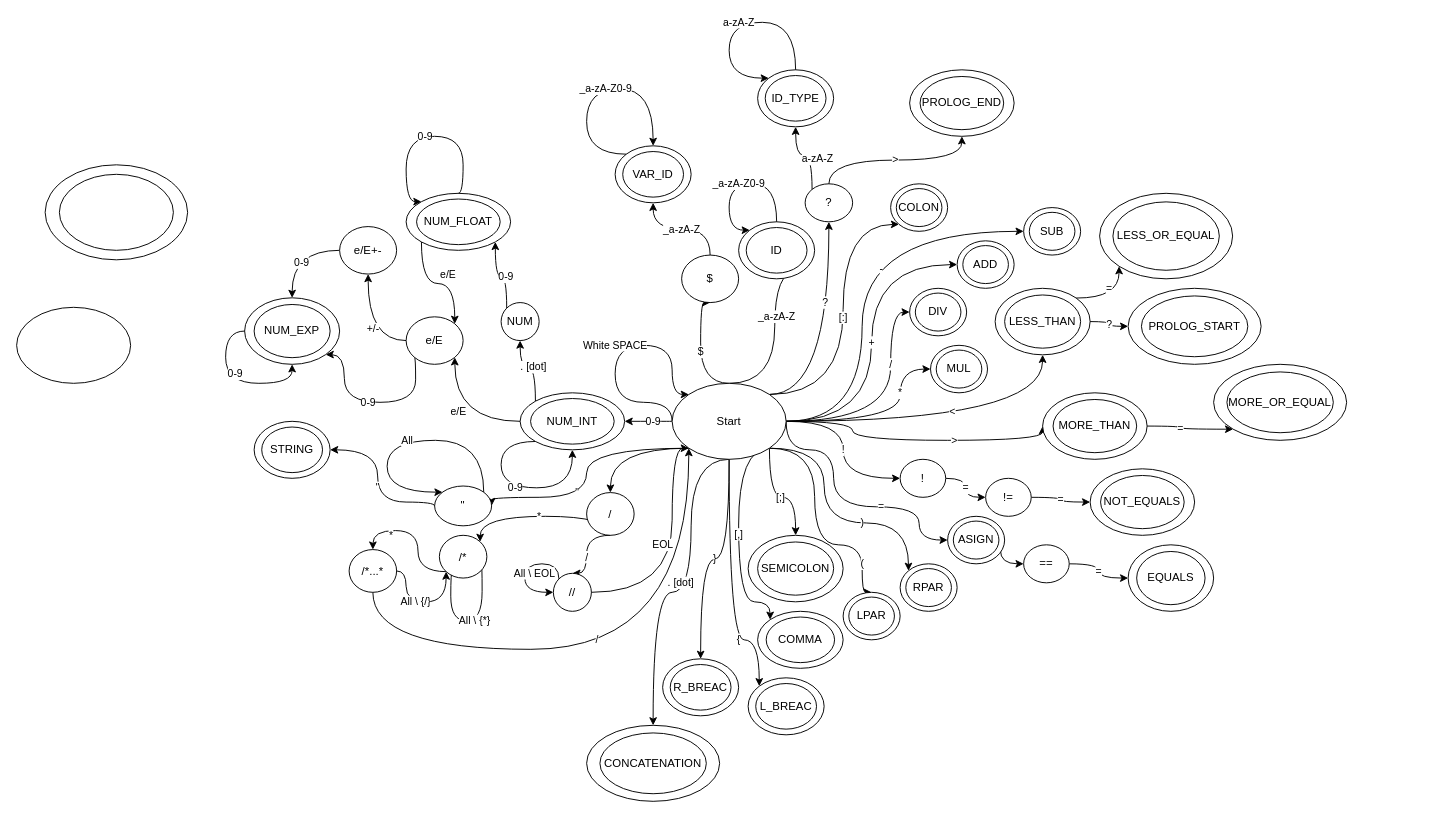
Above: docs/IFJ-lex-analyza-automat.drawio in SamuelSlavik/ifj (draw.io), before the change. Source tidied: cells renumbered, new cells numbered last; positions are measured from the earlier drawing's top-left corner, leaving out a move shared by most shapes. Both pictures are drawn from the tidied source at 95%, with x=0, y=0 at pixel (16, 22).
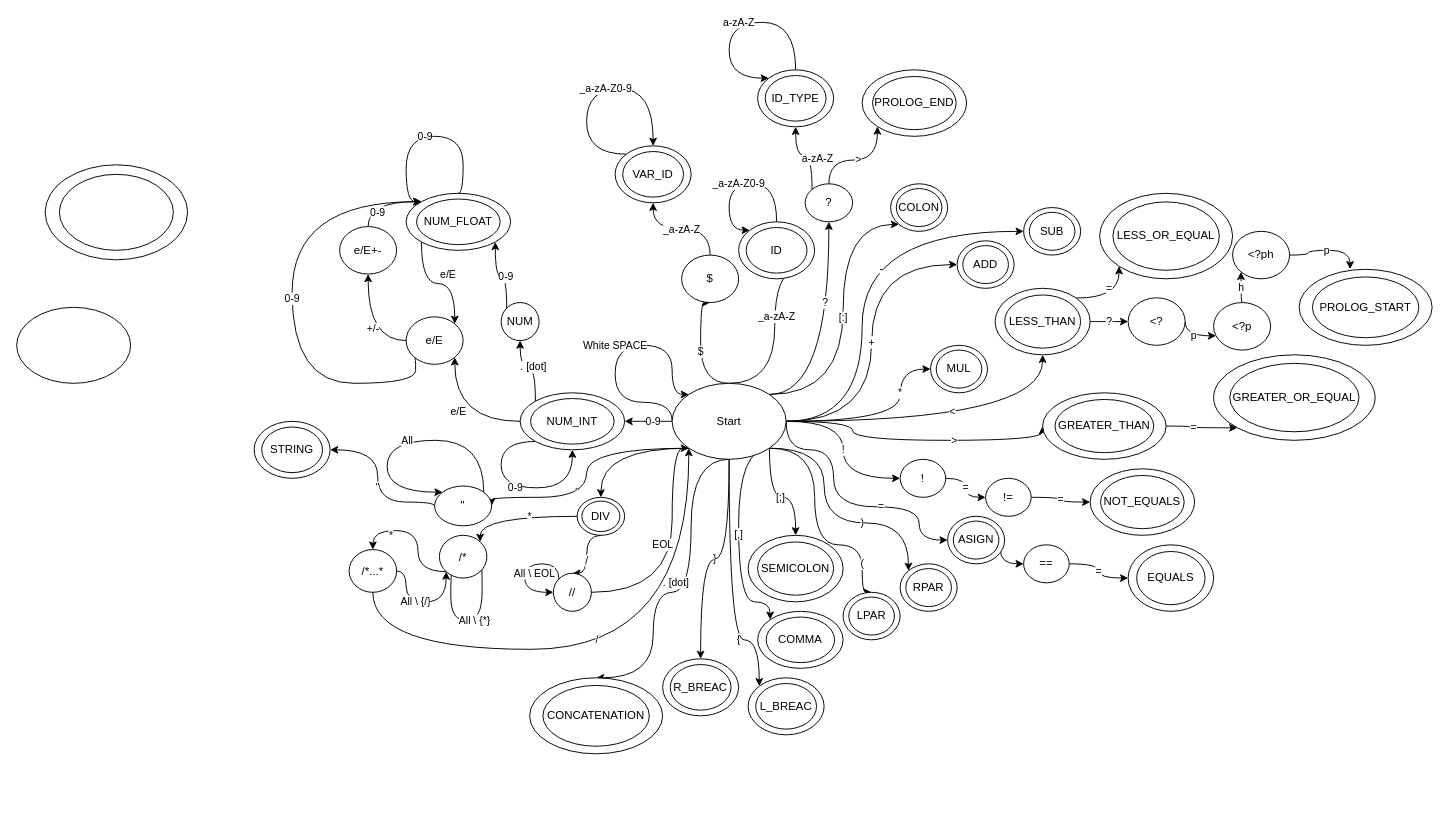
Above is the later version.

Commit message (it also covers changes not shown here):
Scanner automat changes Add num loading to scanner

The change refers to these unchanged cells:
```xml
<mxCell id="29" value="Start" style="ellipse;whiteSpace=wrap;html=1;" parent="1" vertex="1">
  <mxGeometry x="690" y="380" width="120" height="80" as="geometry" />
</mxCell>
<mxCell id="72" style="ellipse;whiteSpace=wrap;html=1;" parent="71" vertex="1">
  <mxGeometry width="100" height="70" as="geometry" />
</mxCell>
<mxCell id="89" style="ellipse;whiteSpace=wrap;html=1;" parent="88" vertex="1">
  <mxGeometry width="140" height="80" as="geometry" />
</mxCell>
<mxCell id="93" value="?" style="ellipse;whiteSpace=wrap;html=1;" parent="92" vertex="1">
  <mxGeometry width="50" height="40" as="geometry" />
</mxCell>
<mxCell id="95" style="ellipse;whiteSpace=wrap;html=1;" parent="94" vertex="1">
  <mxGeometry width="110" height="70" as="geometry" />
</mxCell>
<mxCell id="115" style="ellipse;whiteSpace=wrap;html=1;" parent="114" vertex="1">
  <mxGeometry width="110" height="60" as="geometry" />
</mxCell>
<mxCell id="121" value="e/E" style="ellipse;whiteSpace=wrap;html=1;" parent="1" vertex="1">
  <mxGeometry x="410" y="310" width="60" height="50" as="geometry" />
</mxCell>
<mxCell id="125" value="e/E+-" style="ellipse;whiteSpace=wrap;html=1;" parent="1" vertex="1">
  <mxGeometry x="340" y="215" width="60" height="50" as="geometry" />
</mxCell>
<mxCell id="135" value="/*" style="ellipse;whiteSpace=wrap;html=1;" parent="1" vertex="1">
  <mxGeometry x="445" y="540" width="50" height="45" as="geometry" />
</mxCell>
<mxCell id="137" value="//" style="ellipse;whiteSpace=wrap;html=1;" parent="136" vertex="1">
  <mxGeometry width="40" height="40" as="geometry" />
</mxCell>
<mxCell id="160" style="ellipse;whiteSpace=wrap;html=1;" parent="159" vertex="1">
  <mxGeometry width="140" height="80" as="geometry" />
</mxCell>
```

The edit, as a diff of the source:
```diff
@@
-    <mxCell id="7" value="/" style="edgeStyle=orthogonalEdgeStyle;curved=1;rounded=0;jettySize=auto;html=1;exitX=1;exitY=0.5;exitDx=0;exitDy=0;entryX=0;entryY=0.5;entryDx=0;entryDy=0;" parent="1" edge="1" source="29" target="53">
-      <mxGeometry x="0.39" relative="1" as="geometry">
-        <Array as="points">
-          <mxPoint x="920" y="420" />
-          <mxPoint x="920" y="305" />
-        </Array>
-      </mxGeometry>
-    </mxCell>
@@
-    <mxCell id="22" style="edgeStyle=orthogonalEdgeStyle;curved=1;rounded=0;jettySize=auto;html=1;exitX=0;exitY=1;exitDx=0;exitDy=0;entryX=0.5;entryY=0;entryDx=0;entryDy=0;" parent="1" edge="1" source="29" target="132">
+    <mxCell id="22" style="edgeStyle=orthogonalEdgeStyle;curved=1;rounded=0;jettySize=auto;html=1;exitX=0;exitY=1;exitDx=0;exitDy=0;entryX=0.5;entryY=0;entryDx=0;entryDy=0;" parent="1" edge="1" source="29" target="164">
       <mxGeometry relative="1" as="geometry" />
     </mxCell>
@@
     <mxCell id="28" value=". [dot]" style="edgeStyle=orthogonalEdgeStyle;curved=1;rounded=0;jettySize=auto;html=1;exitX=0.5;exitY=1;exitDx=0;exitDy=0;entryX=0.5;entryY=0;entryDx=0;entryDy=0;" parent="1" edge="1" source="29" target="160">
       <mxGeometry x="0.06" y="-10" relative="1" as="geometry">
         <Array as="points">
           <mxPoint x="710" y="460" />
           <mxPoint x="710" y="600" />
           <mxPoint x="670" y="600" />
+          <mxPoint x="670" y="690" />
         </Array>
       </mxGeometry>
     </mxCell>
@@
-    <mxCell id="52" style="group;" parent="1" vertex="1">
-      <mxGeometry x="940" y="280" width="60" height="50" as="geometry" />
-    </mxCell>
-    <mxCell id="53" style="ellipse;whiteSpace=wrap;html=1;" parent="52" vertex="1">
-      <mxGeometry width="60" height="50" as="geometry" />
-    </mxCell>
-    <mxCell id="54" value="DIV" style="ellipse;whiteSpace=wrap;html=1;" parent="52" vertex="1">
-      <mxGeometry x="6" y="5" width="48" height="40" as="geometry" />
-    </mxCell>
@@
     <mxCell id="74" style="group;" parent="1" vertex="1">
-      <mxGeometry x="1080" y="390" width="110" height="70" as="geometry" />
+      <mxGeometry x="1080" y="390" width="130" height="70" as="geometry" />
     </mxCell>
     <mxCell id="75" style="ellipse;whiteSpace=wrap;html=1;" parent="74" vertex="1">
-      <mxGeometry width="110" height="70" as="geometry" />
+      <mxGeometry width="130" height="70" as="geometry" />
     </mxCell>
-    <mxCell id="76" value="MORE_THAN" style="ellipse;whiteSpace=wrap;html=1;" parent="74" vertex="1">
-      <mxGeometry x="11" y="7" width="88" height="56" as="geometry" />
+    <mxCell id="76" value="GREATER_THAN" style="ellipse;whiteSpace=wrap;html=1;" parent="74" vertex="1">
+      <mxGeometry x="13" y="7" width="104" height="56" as="geometry" />
     </mxCell>
     <mxCell id="77" style="group;" parent="1" vertex="1">
-      <mxGeometry x="1260" y="360" width="140" height="80" as="geometry" />
+      <mxGeometry x="1260" y="350" width="170" height="90" as="geometry" />
     </mxCell>
     <mxCell id="78" style="ellipse;whiteSpace=wrap;html=1;" parent="77" vertex="1">
-      <mxGeometry width="140" height="80" as="geometry" />
+      <mxGeometry width="170" height="90" as="geometry" />
     </mxCell>
-    <mxCell id="79" value="MORE_OR_EQUAL" style="ellipse;whiteSpace=wrap;html=1;" parent="77" vertex="1">
-      <mxGeometry x="14" y="8" width="112" height="64" as="geometry" />
+    <mxCell id="79" value="GREATER_OR_EQUAL" style="ellipse;whiteSpace=wrap;html=1;" parent="77" vertex="1">
+      <mxGeometry x="17" y="9" width="136" height="72" as="geometry" />
     </mxCell>
@@
     <mxCell id="88" style="group;" parent="1" vertex="1">
-      <mxGeometry x="1170" y="280" width="140" height="80" as="geometry" />
+      <mxGeometry x="1350" y="260" width="140" height="80" as="geometry" />
     </mxCell>
@@
-    <mxCell id="91" value="?" style="edgeStyle=orthogonalEdgeStyle;curved=1;rounded=0;jettySize=auto;html=1;exitX=1;exitY=0.5;exitDx=0;exitDy=0;entryX=0;entryY=0.5;entryDx=0;entryDy=0;" parent="1" edge="1" source="72" target="89">
+    <mxCell id="91" value="?" style="edgeStyle=orthogonalEdgeStyle;curved=1;rounded=0;jettySize=auto;html=1;exitX=1;exitY=0.5;exitDx=0;exitDy=0;entryX=0;entryY=0.5;entryDx=0;entryDy=0;" parent="1" edge="1" source="72" target="166">
       <mxGeometry relative="1" as="geometry" />
     </mxCell>
@@
     <mxCell id="94" style="group;" parent="1" vertex="1">
-      <mxGeometry x="940" y="50" width="110" height="70" as="geometry" />
+      <mxGeometry x="890" y="50" width="110" height="70" as="geometry" />
     </mxCell>
@@
-    <mxCell id="97" value="&amp;gt;" style="edgeStyle=orthogonalEdgeStyle;curved=1;rounded=0;jettySize=auto;html=1;exitX=0.5;exitY=0;exitDx=0;exitDy=0;entryX=0.5;entryY=1;entryDx=0;entryDy=0;" parent="1" edge="1" source="93" target="95">
+    <mxCell id="97" value="&amp;gt;" style="edgeStyle=orthogonalEdgeStyle;curved=1;rounded=0;jettySize=auto;html=1;exitX=0.5;exitY=0;exitDx=0;exitDy=0;entryX=0;entryY=1;entryDx=0;entryDy=0;" parent="1" edge="1" source="93" target="95">
       <mxGeometry relative="1" as="geometry" />
     </mxCell>
@@
-    <mxCell id="120" value="0-9" style="edgeStyle=orthogonalEdgeStyle;rounded=0;jettySize=auto;html=1;exitX=0;exitY=1;exitDx=0;exitDy=0;entryX=1;entryY=1;entryDx=0;entryDy=0;curved=1;" parent="1" edge="1" source="121" target="156">
+    <mxCell id="120" value="0-9" style="edgeStyle=orthogonalEdgeStyle;rounded=0;jettySize=auto;html=1;exitX=0;exitY=1;exitDx=0;exitDy=0;entryX=0;entryY=0;entryDx=0;entryDy=0;curved=1;" parent="1" edge="1" source="121" target="115">
       <mxGeometry x="0.02" relative="1" as="geometry">
         <Array as="points">
           <mxPoint x="420" y="353" />
-          <mxPoint x="420" y="400" />
-          <mxPoint x="345" y="400" />
+          <mxPoint x="420" y="380" />
+          <mxPoint x="290" y="380" />
+          <mxPoint x="290" y="189" />
         </Array>
       </mxGeometry>
     </mxCell>
@@
-    <mxCell id="124" value="0-9" style="edgeStyle=orthogonalEdgeStyle;curved=1;rounded=0;jettySize=auto;html=1;exitX=0;exitY=0.5;exitDx=0;exitDy=0;entryX=0.5;entryY=0;entryDx=0;entryDy=0;" parent="1" edge="1" source="125" target="156">
-      <mxGeometry x="0.25" y="10" relative="1" as="geometry" />
+    <mxCell id="124" value="0-9" style="edgeStyle=orthogonalEdgeStyle;curved=1;rounded=0;jettySize=auto;html=1;exitX=0.5;exitY=0;exitDx=0;exitDy=0;entryX=0;entryY=0;entryDx=0;entryDy=0;" parent="1" edge="1" source="125" target="115">
+      <mxGeometry x="-0.64" y="-10" relative="1" as="geometry" />
     </mxCell>
@@
-    <mxCell id="130" value="/" style="edgeStyle=orthogonalEdgeStyle;curved=1;rounded=0;jettySize=auto;html=1;exitX=0.5;exitY=1;exitDx=0;exitDy=0;entryX=0.5;entryY=0;entryDx=0;entryDy=0;" parent="1" edge="1" source="132" target="137">
+    <mxCell id="130" value="/" style="edgeStyle=orthogonalEdgeStyle;curved=1;rounded=0;jettySize=auto;html=1;exitX=0.5;exitY=1;exitDx=0;exitDy=0;entryX=0.5;entryY=0;entryDx=0;entryDy=0;" parent="1" edge="1" source="164" target="137">
       <mxGeometry x="0.2" relative="1" as="geometry">
         <Array as="points">
           <mxPoint x="600" y="540" />
+          <mxPoint x="600" y="580" />
         </Array>
       </mxGeometry>
     </mxCell>
-    <mxCell id="131" value="*" style="edgeStyle=orthogonalEdgeStyle;curved=1;rounded=0;jettySize=auto;html=1;exitX=0.5;exitY=1;exitDx=0;exitDy=0;entryX=1;entryY=0;entryDx=0;entryDy=0;" parent="1" edge="1" source="132" target="135">
-      <mxGeometry x="0.03" relative="1" as="geometry">
+    <mxCell id="131" value="*" style="edgeStyle=orthogonalEdgeStyle;curved=1;rounded=0;jettySize=auto;html=1;entryX=1;entryY=0;entryDx=0;entryDy=0;exitX=0;exitY=0.5;exitDx=0;exitDy=0;" parent="1" edge="1" source="164" target="135">
+      <mxGeometry x="-0.22" relative="1" as="geometry">
         <Array as="points">
-          <mxPoint x="625" y="520" />
           <mxPoint x="488" y="520" />
         </Array>
       </mxGeometry>
     </mxCell>
-    <mxCell id="132" value="/" style="ellipse;whiteSpace=wrap;html=1;" parent="1" vertex="1">
-      <mxGeometry x="600" y="495" width="50" height="45" as="geometry" />
-    </mxCell>
@@
-    <mxCell id="155" style="group;" parent="1" vertex="1">
-      <mxGeometry x="240" y="290" width="100" height="70" as="geometry" />
-    </mxCell>
-    <mxCell id="156" style="ellipse;whiteSpace=wrap;html=1;" parent="155" vertex="1">
-      <mxGeometry width="100" height="70" as="geometry" />
-    </mxCell>
-    <mxCell id="157" value="NUM_EXP" style="ellipse;whiteSpace=wrap;html=1;" parent="155" vertex="1">
-      <mxGeometry x="10" y="7" width="80" height="56" as="geometry" />
-    </mxCell>
-    <mxCell id="158" value="0-9" style="edgeStyle=orthogonalEdgeStyle;curved=1;rounded=0;orthogonalLoop=1;jettySize=auto;html=1;exitX=0;exitY=0.5;exitDx=0;exitDy=0;entryX=0.5;entryY=1;entryDx=0;entryDy=0;" parent="155" edge="1" source="156" target="156">
-      <mxGeometry x="0.03" y="10" relative="1" as="geometry" />
-    </mxCell>
     <mxCell id="159" style="group;" parent="1" vertex="1">
-      <mxGeometry x="600" y="740" width="140" height="80" as="geometry" />
+      <mxGeometry x="540" y="690" width="140" height="80" as="geometry" />
     </mxCell>
@@
+    <mxCell id="163" style="group;" parent="1" vertex="1">
+      <mxGeometry x="590" y="500" width="50" height="40" as="geometry" />
+    </mxCell>
+    <mxCell id="164" style="ellipse;whiteSpace=wrap;html=1;" parent="163" vertex="1">
+      <mxGeometry width="50" height="40" as="geometry" />
+    </mxCell>
+    <mxCell id="54" value="DIV" style="ellipse;whiteSpace=wrap;html=1;" parent="163" vertex="1">
+      <mxGeometry x="5" y="4" width="40" height="32" as="geometry" />
+    </mxCell>
+    <mxCell id="165" value="p" style="edgeStyle=orthogonalEdgeStyle;rounded=0;jettySize=auto;html=1;exitX=1;exitY=0.5;exitDx=0;exitDy=0;curved=1;" parent="1" edge="1" source="166" target="170">
+      <mxGeometry relative="1" as="geometry">
+        <Array as="points">
+          <mxPoint x="1230" y="330" />
+        </Array>
+      </mxGeometry>
+    </mxCell>
+    <mxCell id="166" value="&amp;lt;?" style="ellipse;whiteSpace=wrap;html=1;" parent="1" vertex="1">
+      <mxGeometry x="1170" y="290" width="60" height="50" as="geometry" />
+    </mxCell>
+    <mxCell id="167" value="p" style="edgeStyle=orthogonalEdgeStyle;curved=1;rounded=0;jettySize=auto;html=1;exitX=1;exitY=0.5;exitDx=0;exitDy=0;entryX=0.383;entryY=-0.002;entryDx=0;entryDy=0;entryPerimeter=0;" parent="1" edge="1" source="168" target="89">
+      <mxGeometry relative="1" as="geometry" />
+    </mxCell>
+    <mxCell id="168" value="&amp;lt;?ph" style="ellipse;whiteSpace=wrap;html=1;" parent="1" vertex="1">
+      <mxGeometry x="1280" y="220" width="60" height="50" as="geometry" />
+    </mxCell>
+    <mxCell id="169" value="h" style="edgeStyle=orthogonalEdgeStyle;curved=1;rounded=0;jettySize=auto;html=1;exitX=0.5;exitY=0;exitDx=0;exitDy=0;entryX=0;entryY=1;entryDx=0;entryDy=0;" parent="1" edge="1" source="170" target="168">
+      <mxGeometry relative="1" as="geometry" />
+    </mxCell>
+    <mxCell id="170" value="&amp;lt;?p" style="ellipse;whiteSpace=wrap;html=1;" parent="1" vertex="1">
+      <mxGeometry x="1260" y="295" width="60" height="50" as="geometry" />
+    </mxCell>
```
